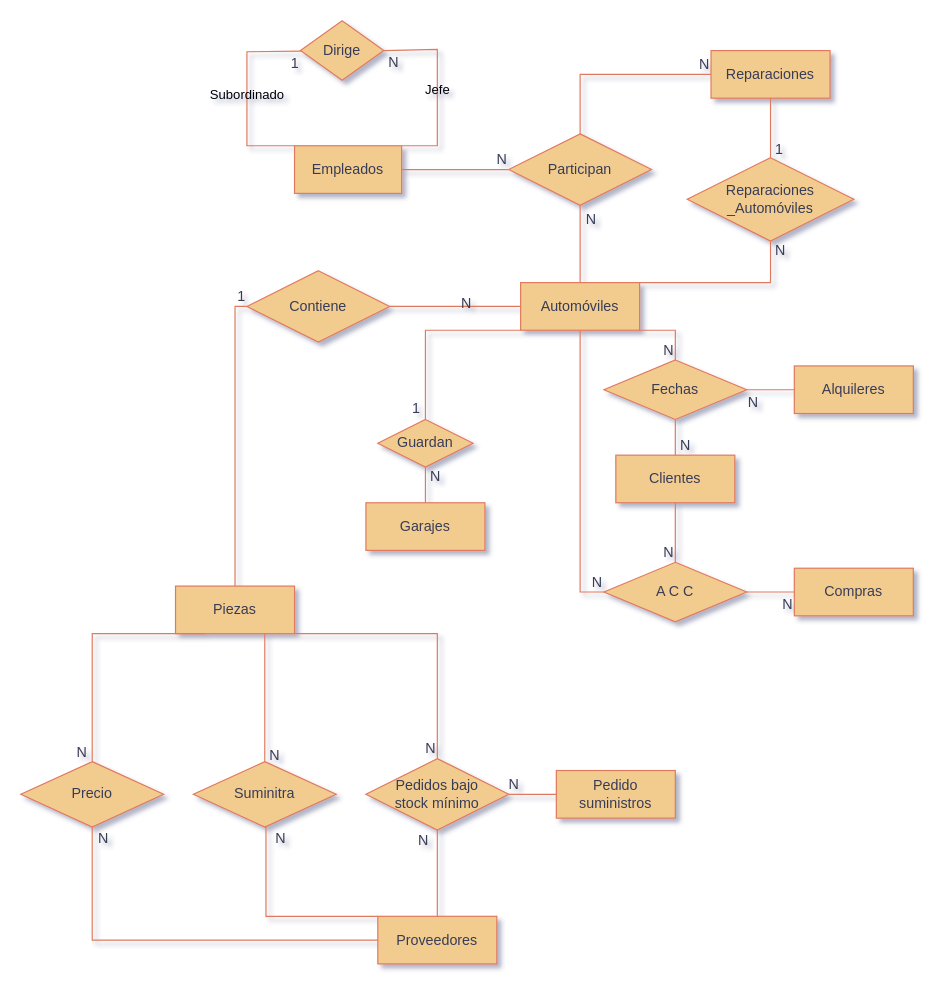
Above: IngenieríaDeSoftware/Práctica2 Actividad1/Diagrama sin título.drawio in aloantony/TrabajosEnGrupoGII-DalilaTony (draw.io), before the change. Source tidied: cells renumbered, new cells numbered last; positions are measured from the earlier drawing's top-left corner, leaving out a move shared by most shapes. Both pictures are drawn from the tidied source at 119%, with x=0, y=0 at pixel (20, 20).
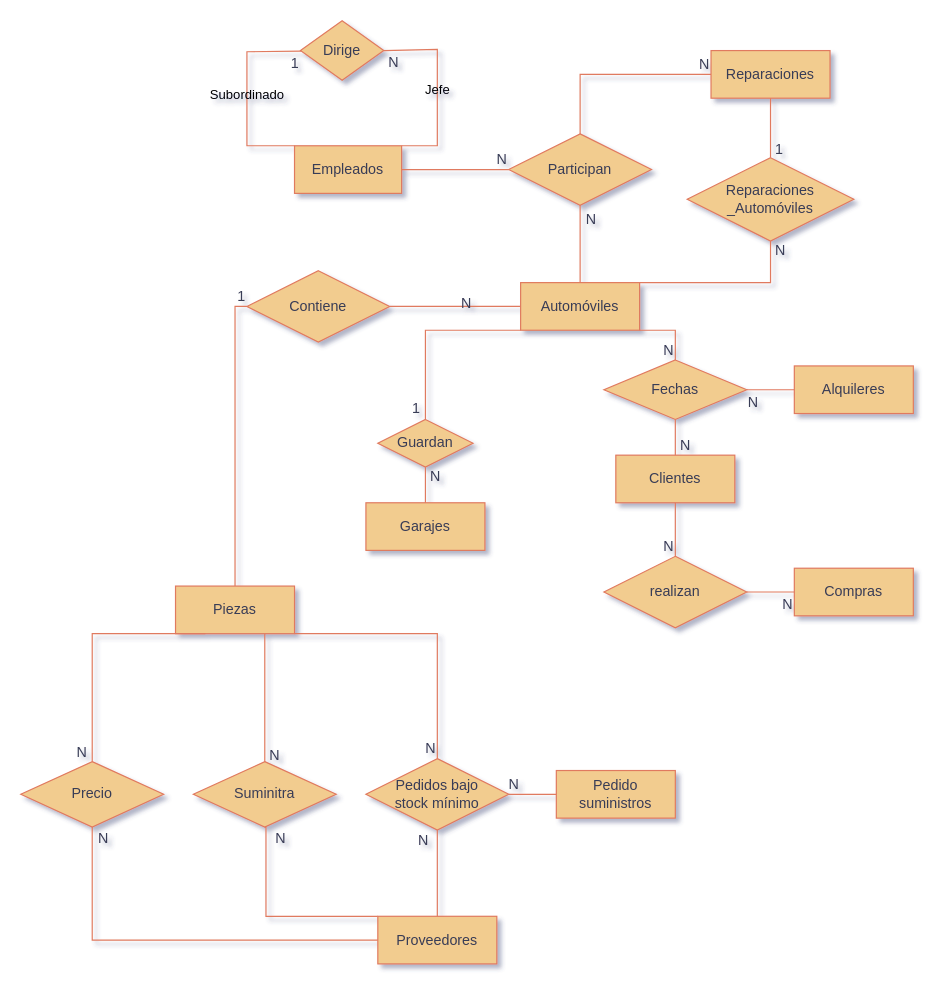
The same diagram, later.

Unchanged cells that the change refers to:
```xml
<mxCell id="2" value="Compras" style="whiteSpace=wrap;html=1;align=center;labelBackgroundColor=none;fillColor=#F2CC8F;strokeColor=#E07A5F;fontColor=#393C56;rounded=0;" parent="1" vertex="1">
  <mxGeometry x="650" y="460" width="100" height="40" as="geometry" />
</mxCell>
<mxCell id="3" value="Clientes" style="whiteSpace=wrap;html=1;align=center;labelBackgroundColor=none;fillColor=#F2CC8F;strokeColor=#E07A5F;fontColor=#393C56;rounded=0;" parent="1" vertex="1">
  <mxGeometry x="500" y="365" width="100" height="40" as="geometry" />
</mxCell>
<mxCell id="7" value="Automóviles" style="whiteSpace=wrap;html=1;align=center;labelBackgroundColor=none;fillColor=#F2CC8F;strokeColor=#E07A5F;fontColor=#393C56;rounded=0;" parent="1" vertex="1">
  <mxGeometry x="420" y="220" width="100" height="40" as="geometry" />
</mxCell>
```

Diff of the diagram source:
```diff
@@
-    <mxCell id="17" value="A C C" style="shape=rhombus;perimeter=rhombusPerimeter;whiteSpace=wrap;html=1;align=center;labelBackgroundColor=none;fillColor=#F2CC8F;strokeColor=#E07A5F;fontColor=#393C56;rounded=0;" parent="1" vertex="1">
-      <mxGeometry x="490" y="455" width="120" height="50" as="geometry" />
-    </mxCell>
@@
-    <mxCell id="24" style="endArrow=none;html=1;rounded=0;fontSize=12;startSize=8;endSize=8;entryX=0;entryY=0.5;entryDx=0;entryDy=0;exitX=1;exitY=0.5;exitDx=0;exitDy=0;elbow=vertical;labelBackgroundColor=none;strokeColor=#E07A5F;fontColor=default;" parent="1" edge="1" source="17" target="2">
+    <mxCell id="24" style="endArrow=none;html=1;rounded=0;fontSize=12;startSize=8;endSize=8;entryX=0;entryY=0.5;entryDx=0;entryDy=0;exitX=1;exitY=0.5;exitDx=0;exitDy=0;elbow=vertical;labelBackgroundColor=none;strokeColor=#E07A5F;fontColor=default;" parent="1" edge="1" source="72" target="2">
       <mxGeometry relative="1" as="geometry" />
     </mxCell>
@@
-    <mxCell id="27" style="endArrow=none;html=1;rounded=0;fontSize=12;startSize=8;endSize=8;curved=1;exitX=0.5;exitY=1;exitDx=0;exitDy=0;entryX=0.5;entryY=0;entryDx=0;entryDy=0;labelBackgroundColor=none;strokeColor=#E07A5F;fontColor=default;" parent="1" edge="1" source="3" target="17">
+    <mxCell id="27" style="endArrow=none;html=1;rounded=0;fontSize=12;startSize=8;endSize=8;curved=1;exitX=0.5;exitY=1;exitDx=0;exitDy=0;entryX=0.5;entryY=0;entryDx=0;entryDy=0;labelBackgroundColor=none;strokeColor=#E07A5F;fontColor=default;" parent="1" edge="1" source="3" target="72">
       <mxGeometry relative="1" as="geometry" />
     </mxCell>
@@
-    <mxCell id="31" style="endArrow=none;html=1;rounded=0;fontSize=12;startSize=8;endSize=8;exitX=0.5;exitY=1;exitDx=0;exitDy=0;entryX=0;entryY=0.5;entryDx=0;entryDy=0;edgeStyle=orthogonalEdgeStyle;labelBackgroundColor=none;strokeColor=#E07A5F;fontColor=default;" parent="1" edge="1" source="7" target="17">
-      <mxGeometry relative="1" as="geometry" />
-    </mxCell>
-    <mxCell id="32" value="N" style="html=1;whiteSpace=wrap;align=right;verticalAlign=bottom;labelBackgroundColor=none;fillColor=#F2CC8F;strokeColor=#E07A5F;fontColor=#393C56;rounded=0;" parent="31" vertex="1">
-      <mxGeometry x="1" relative="1" as="geometry" />
-    </mxCell>
@@
+    <mxCell id="72" value="realizan" style="shape=rhombus;perimeter=rhombusPerimeter;whiteSpace=wrap;html=1;align=center;fillColor=#F2CC8F;strokeColor=#E07A5F;rounded=0;verticalAlign=middle;fontFamily=Helvetica;fontSize=12;fontColor=#393C56;labelBackgroundColor=none;" parent="1" vertex="1">
+      <mxGeometry x="490" y="450" width="120" height="60" as="geometry" />
+    </mxCell>
```
